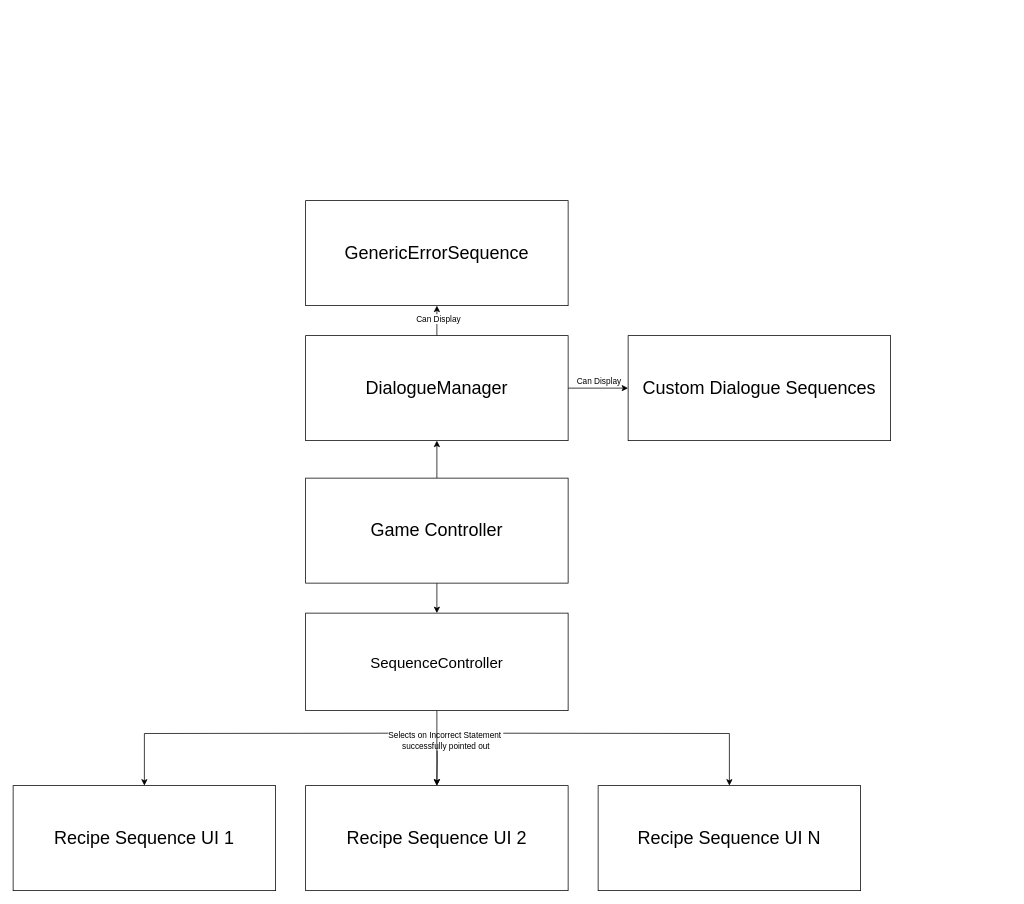
Before: concept/game_controller.drawio in Javahase/the-orange-kitten, a draw.io diagram. Source tidied: cells renumbered, new cells numbered last; positions are measured from the earlier drawing's top-left corner, leaving out a move shared by most shapes. Both pictures are drawn from the tidied source at 75%, with x=0, y=0 at pixel (13, 200).
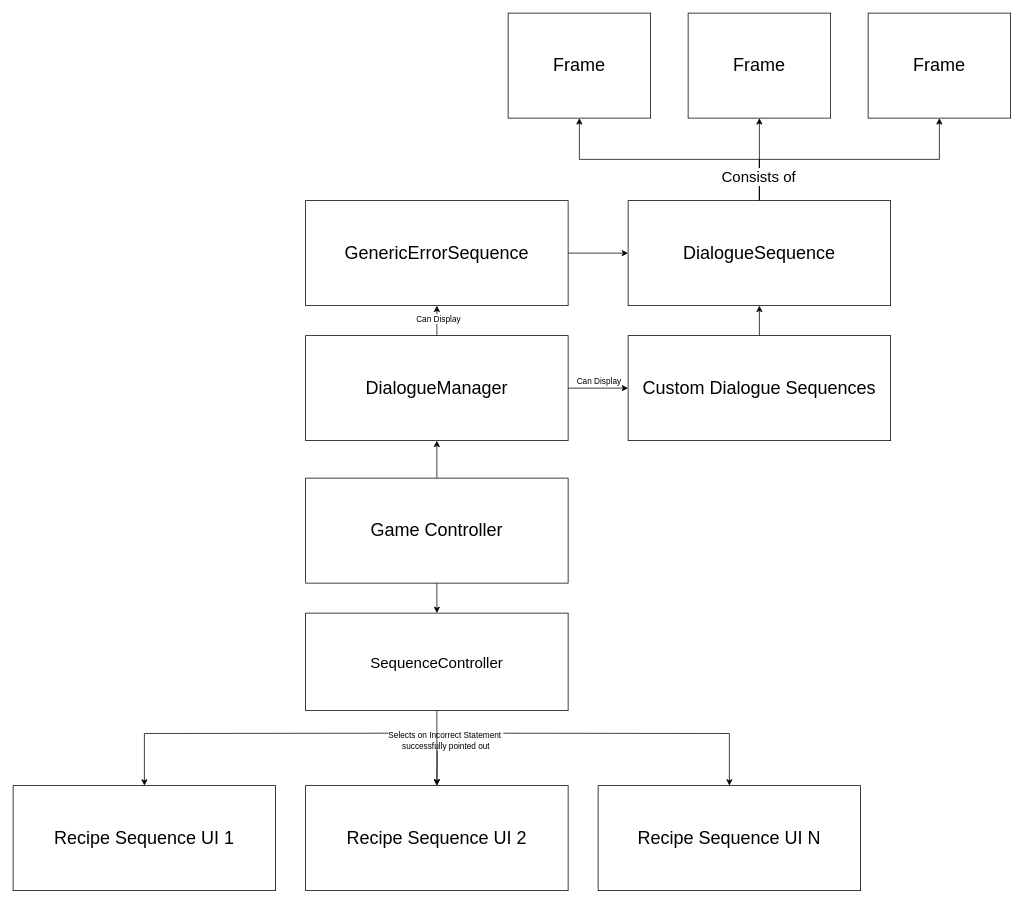
The same page after the edit.

The change refers to these unchanged cells:
```xml
<mxCell id="17" value="&lt;font style=&quot;font-size: 24px;&quot;&gt;GenericErrorSequence&lt;/font&gt;" style="rounded=0;whiteSpace=wrap;html=1;" parent="1" vertex="1">
  <mxGeometry x="390" width="350" height="140" as="geometry" />
</mxCell>
<mxCell id="18" value="&lt;font style=&quot;font-size: 24px;&quot;&gt;Custom Dialogue Sequences&lt;/font&gt;" style="rounded=0;whiteSpace=wrap;html=1;" parent="1" vertex="1">
  <mxGeometry x="820" y="180" width="350" height="140" as="geometry" />
</mxCell>
```

What changed in the source:
```diff
@@
+    <mxCell id="21" style="edgeStyle=orthogonalEdgeStyle;rounded=0;jettySize=auto;html=1;" parent="1" edge="1" source="17" target="27">
+      <mxGeometry relative="1" as="geometry" />
+    </mxCell>
@@
+    <mxCell id="22" style="edgeStyle=orthogonalEdgeStyle;rounded=0;jettySize=auto;html=1;" parent="1" edge="1" source="18" target="27">
+      <mxGeometry relative="1" as="geometry" />
+    </mxCell>
@@
+    <mxCell id="23" style="edgeStyle=orthogonalEdgeStyle;rounded=0;jettySize=auto;html=1;" parent="1" edge="1" source="27" target="29">
+      <mxGeometry relative="1" as="geometry" />
+    </mxCell>
+    <mxCell id="24" style="edgeStyle=orthogonalEdgeStyle;rounded=0;jettySize=auto;html=1;exitX=0.5;exitY=0;exitDx=0;exitDy=0;entryX=0.5;entryY=1;entryDx=0;entryDy=0;" parent="1" edge="1" source="27" target="28">
+      <mxGeometry relative="1" as="geometry" />
+    </mxCell>
+    <mxCell id="25" style="edgeStyle=orthogonalEdgeStyle;rounded=0;jettySize=auto;html=1;exitX=0.5;exitY=0;exitDx=0;exitDy=0;entryX=0.5;entryY=1;entryDx=0;entryDy=0;" parent="1" edge="1" source="27" target="30">
+      <mxGeometry relative="1" as="geometry" />
+    </mxCell>
+    <mxCell id="26" value="&lt;font style=&quot;font-size: 20px;&quot;&gt;Consists of&lt;/font&gt;" style="edgeLabel;html=1;align=center;verticalAlign=middle;" parent="25" vertex="1">
+      <mxGeometry x="-0.81" y="2" relative="1" as="geometry" />
+    </mxCell>
+    <mxCell id="27" value="&lt;font style=&quot;font-size: 24px;&quot;&gt;DialogueSequence&lt;/font&gt;" style="rounded=0;whiteSpace=wrap;html=1;" parent="1" vertex="1">
+      <mxGeometry x="820" width="350" height="140" as="geometry" />
+    </mxCell>
+    <mxCell id="28" value="&lt;font style=&quot;font-size: 24px;&quot;&gt;Frame&lt;/font&gt;" style="rounded=0;whiteSpace=wrap;html=1;" parent="1" vertex="1">
+      <mxGeometry x="660" y="-250" width="190" height="140" as="geometry" />
+    </mxCell>
+    <mxCell id="29" value="&lt;font style=&quot;font-size: 24px;&quot;&gt;Frame&lt;/font&gt;" style="rounded=0;whiteSpace=wrap;html=1;" parent="1" vertex="1">
+      <mxGeometry x="900" y="-250" width="190" height="140" as="geometry" />
+    </mxCell>
+    <mxCell id="30" value="&lt;font style=&quot;font-size: 24px;&quot;&gt;Frame&lt;/font&gt;" style="rounded=0;whiteSpace=wrap;html=1;" parent="1" vertex="1">
+      <mxGeometry x="1140" y="-250" width="190" height="140" as="geometry" />
+    </mxCell>
```
